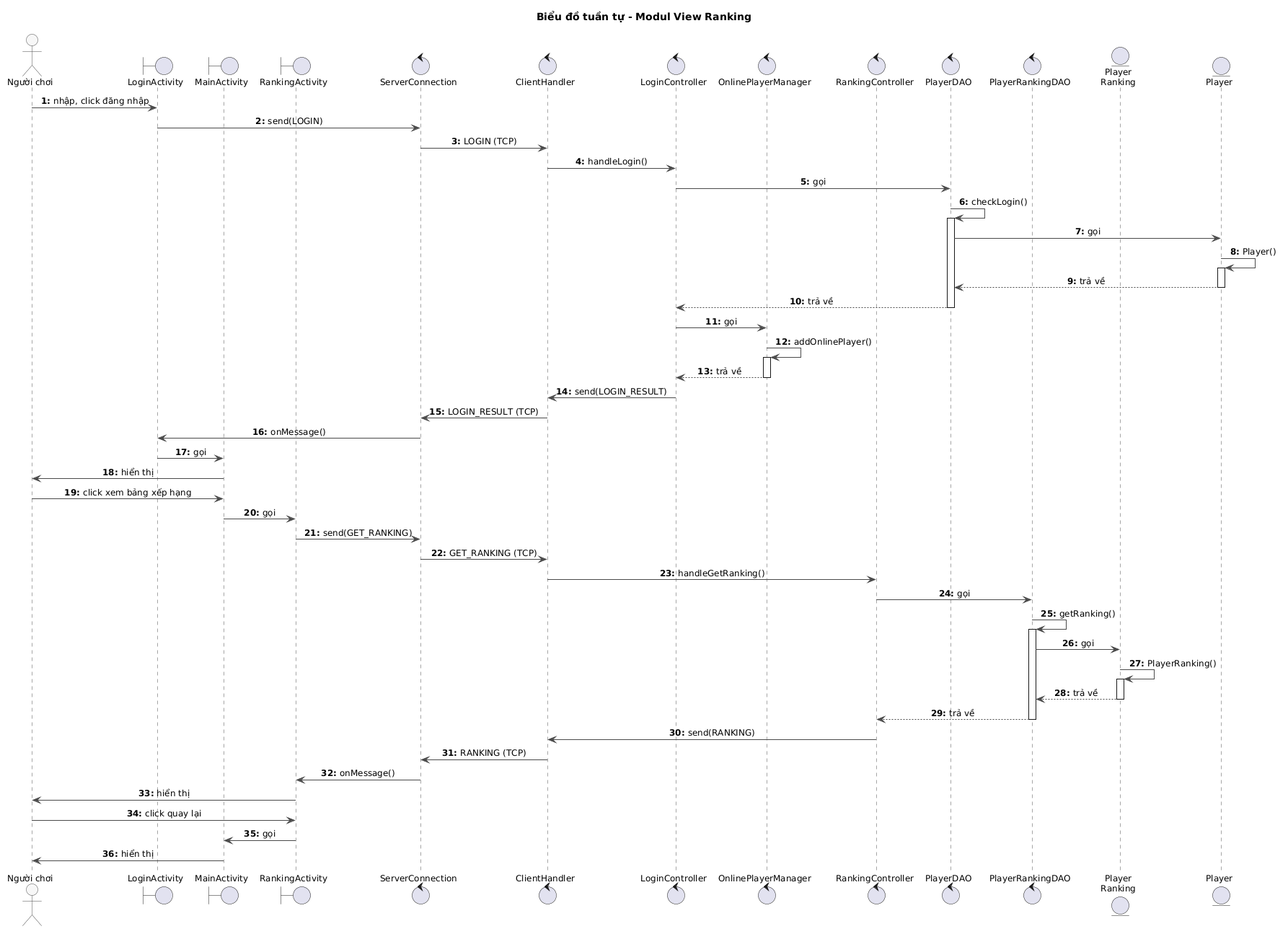
VattenL/mobile-pikachu keeps this PlantUML diagram as docs/uml/pha3/seq-m2.png. Above is the earlier version.
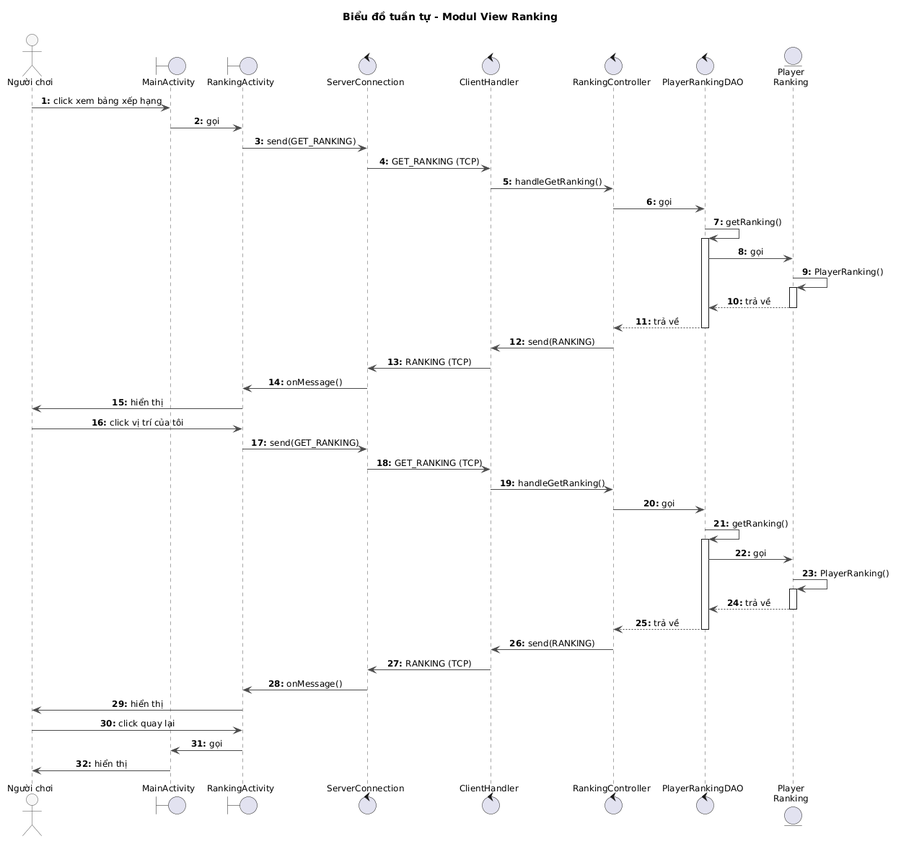
The same diagram one commit later.

Change to the diagram source:
```diff
@@ -16,45 +16,34 @@
 autonumber "<b>0:"
 
 actor "Người chơi" as Player
-boundary LoginActivity
 boundary MainActivity
 boundary RankingActivity
 control ServerConnection
 control ClientHandler
-control LoginController
-control OnlinePlayerManager
 control RankingController
-control PlayerDAO
 control PlayerRankingDAO
 entity "Player\nRanking" as PlayerRanking
-entity "Player" as PlayerE
 
-Player -> LoginActivity : nhập, click đăng nhập
-LoginActivity -> ServerConnection : send(LOGIN)
-ServerConnection -> ClientHandler : LOGIN (TCP)
-ClientHandler -> LoginController : handleLogin()
-LoginController -> PlayerDAO : gọi
-PlayerDAO -> PlayerDAO : checkLogin()
-activate PlayerDAO
-PlayerDAO -> PlayerE : gọi
-PlayerE -> PlayerE : Player()
-activate PlayerE
-PlayerE --> PlayerDAO : trả về
-deactivate PlayerE
-PlayerDAO --> LoginController : trả về
-deactivate PlayerDAO
-LoginController -> OnlinePlayerManager : gọi
-OnlinePlayerManager -> OnlinePlayerManager : addOnlinePlayer()
-activate OnlinePlayerManager
-OnlinePlayerManager --> LoginController : trả về
-deactivate OnlinePlayerManager
-LoginController -> ClientHandler : send(LOGIN_RESULT)
-ClientHandler -> ServerConnection : LOGIN_RESULT (TCP)
-ServerConnection -> LoginActivity : onMessage()
-LoginActivity -> MainActivity : gọi
-MainActivity -> Player : hiển thị
 Player -> MainActivity : click xem bảng xếp hạng
 MainActivity -> RankingActivity : gọi
+RankingActivity -> ServerConnection : send(GET_RANKING)
+ServerConnection -> ClientHandler : GET_RANKING (TCP)
+ClientHandler -> RankingController : handleGetRanking()
+RankingController -> PlayerRankingDAO : gọi
+PlayerRankingDAO -> PlayerRankingDAO : getRanking()
+activate PlayerRankingDAO
+PlayerRankingDAO -> PlayerRanking : gọi
+PlayerRanking -> PlayerRanking : PlayerRanking()
+activate PlayerRanking
+PlayerRanking --> PlayerRankingDAO : trả về
+deactivate PlayerRanking
+PlayerRankingDAO --> RankingController : trả về
+deactivate PlayerRankingDAO
+RankingController -> ClientHandler : send(RANKING)
+ClientHandler -> ServerConnection : RANKING (TCP)
+ServerConnection -> RankingActivity : onMessage()
+RankingActivity -> Player : hiển thị
+Player -> RankingActivity : click vị trí của tôi
 RankingActivity -> ServerConnection : send(GET_RANKING)
 ServerConnection -> ClientHandler : GET_RANKING (TCP)
 ClientHandler -> RankingController : handleGetRanking()
```
